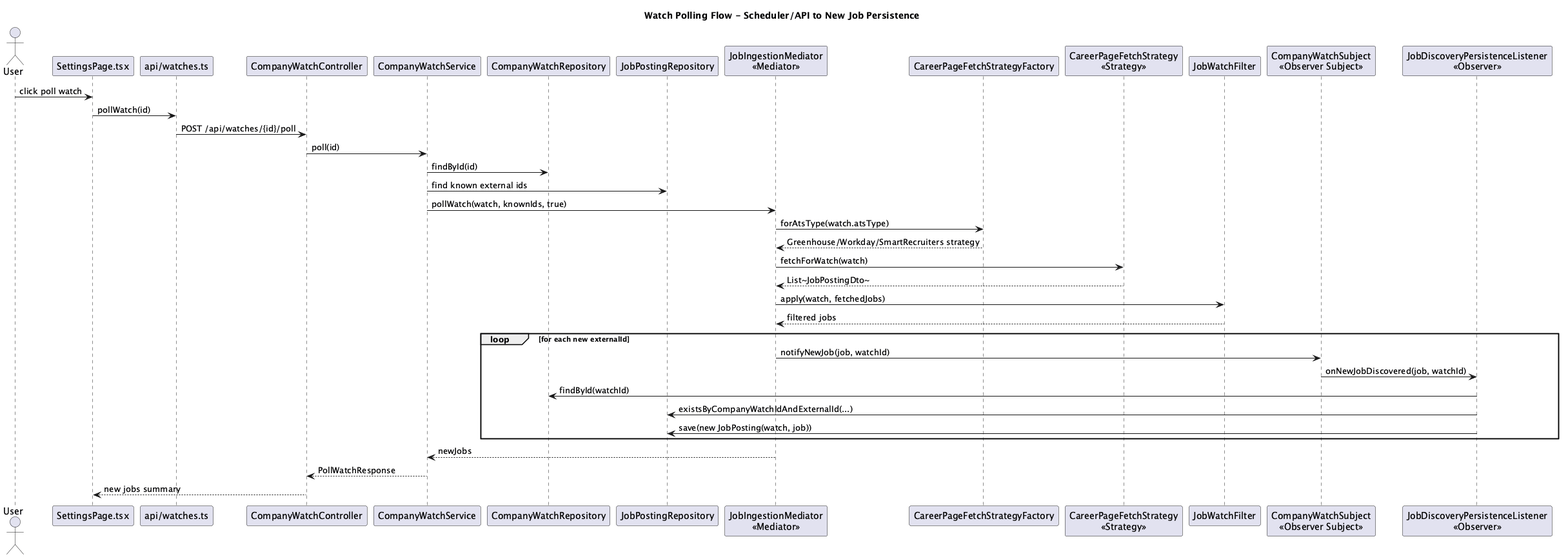
Earlier version of the PlantUML export docs/diagrams/png/NextOffer_Watch_Polling_Sequence.png (Anmol-tech/NextOffer). Source of this version:
```plantuml
@startuml NextOffer_Watch_Polling_Sequence
title Watch Polling Flow - Scheduler/API to New Job Persistence
actor User
participant "SettingsPage.tsx" as SettingsPage
participant "api/watches.ts" as ApiWatches
participant "CompanyWatchController" as WatchController
participant "CompanyWatchService" as WatchService
participant "CompanyWatchRepository" as WatchRepo
participant "JobPostingRepository" as JobRepo
participant "JobIngestionMediator\n<<Mediator>>" as Mediator
participant "CareerPageFetchStrategyFactory" as StrategyFactory
participant "CareerPageFetchStrategy\n<<Strategy>>" as Strategy
participant "JobWatchFilter" as Filter
participant "CompanyWatchSubject\n<<Observer Subject>>" as Subject
participant "JobDiscoveryPersistenceListener\n<<Observer>>" as Listener

User -> SettingsPage : click poll watch
SettingsPage -> ApiWatches : pollWatch(id)
ApiWatches -> WatchController : POST /api/watches/{id}/poll
WatchController -> WatchService : poll(id)
WatchService -> WatchRepo : findById(id)
WatchService -> JobRepo : find known external ids
WatchService -> Mediator : pollWatch(watch, knownIds, true)
Mediator -> StrategyFactory : forAtsType(watch.atsType)
StrategyFactory --> Mediator : Greenhouse/Workday/SmartRecruiters strategy
Mediator -> Strategy : fetchForWatch(watch)
Strategy --> Mediator : List~JobPostingDto~
Mediator -> Filter : apply(watch, fetchedJobs)
Filter --> Mediator : filtered jobs
loop for each new externalId
  Mediator -> Subject : notifyNewJob(job, watchId)
  Subject -> Listener : onNewJobDiscovered(job, watchId)
  Listener -> WatchRepo : findById(watchId)
  Listener -> JobRepo : existsByCompanyWatchIdAndExternalId(...)
  Listener -> JobRepo : save(new JobPosting(watch, job))
end
Mediator --> WatchService : newJobs
WatchService --> WatchController : PollWatchResponse
WatchController --> SettingsPage : new jobs summary
@enduml
```
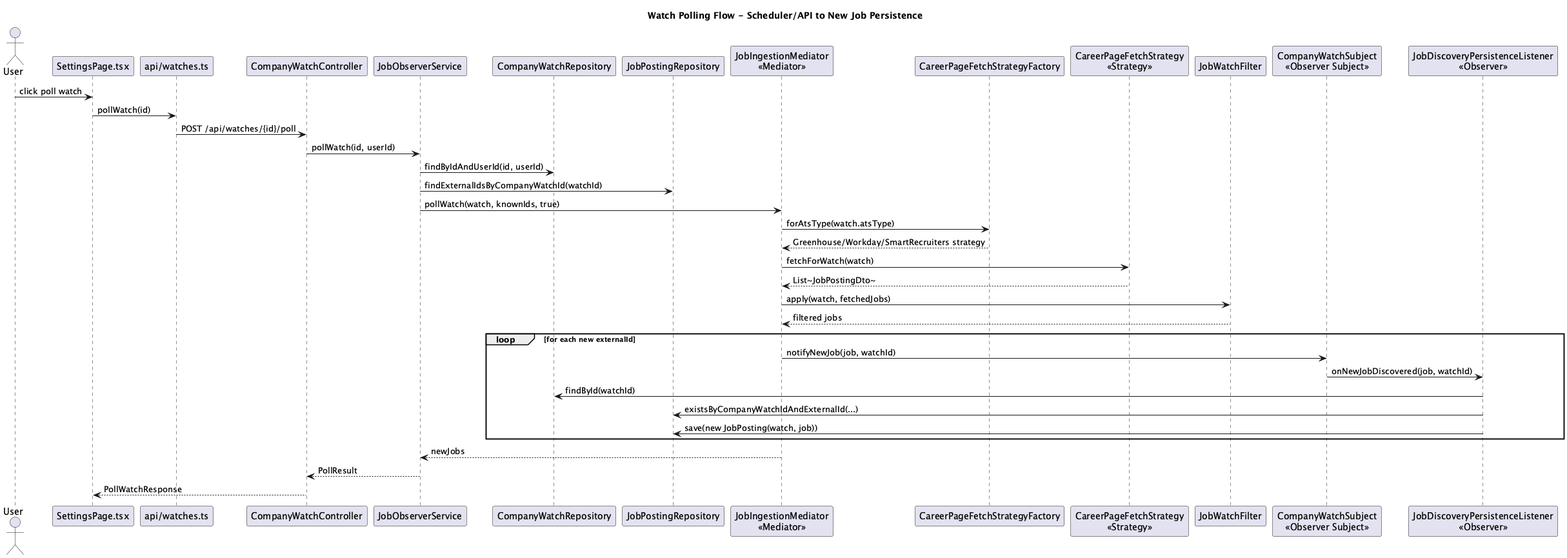
Later version of the same file.

Change to the diagram source:
```diff
@@ -4,7 +4,7 @@
 participant "SettingsPage.tsx" as SettingsPage
 participant "api/watches.ts" as ApiWatches
 participant "CompanyWatchController" as WatchController
-participant "CompanyWatchService" as WatchService
+participant "JobObserverService" as ObserverService
 participant "CompanyWatchRepository" as WatchRepo
 participant "JobPostingRepository" as JobRepo
 participant "JobIngestionMediator\n<<Mediator>>" as Mediator
@@ -17,10 +17,10 @@
 User -> SettingsPage : click poll watch
 SettingsPage -> ApiWatches : pollWatch(id)
 ApiWatches -> WatchController : POST /api/watches/{id}/poll
-WatchController -> WatchService : poll(id)
-WatchService -> WatchRepo : findById(id)
-WatchService -> JobRepo : find known external ids
-WatchService -> Mediator : pollWatch(watch, knownIds, true)
+WatchController -> ObserverService : pollWatch(id, userId)
+ObserverService -> WatchRepo : findByIdAndUserId(id, userId)
+ObserverService -> JobRepo : findExternalIdsByCompanyWatchId(watchId)
+ObserverService -> Mediator : pollWatch(watch, knownIds, true)
 Mediator -> StrategyFactory : forAtsType(watch.atsType)
 StrategyFactory --> Mediator : Greenhouse/Workday/SmartRecruiters strategy
 Mediator -> Strategy : fetchForWatch(watch)
@@ -34,7 +34,7 @@
   Listener -> JobRepo : existsByCompanyWatchIdAndExternalId(...)
   Listener -> JobRepo : save(new JobPosting(watch, job))
 end
-Mediator --> WatchService : newJobs
-WatchService --> WatchController : PollWatchResponse
-WatchController --> SettingsPage : new jobs summary
+Mediator --> ObserverService : newJobs
+ObserverService --> WatchController : PollResult
+WatchController --> SettingsPage : PollWatchResponse
 @enduml
```
